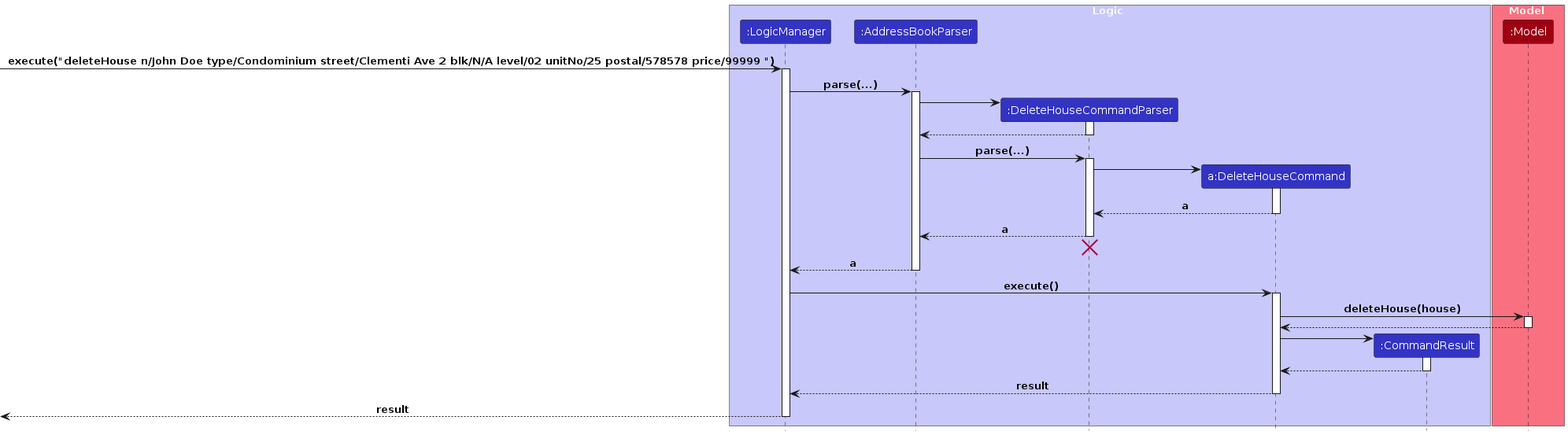
lokidoki102/tp keeps this PlantUML diagram as diagrams/DeleteHouseSequenceDiagram-Logic.png. Above is the earlier version. Its source is kept beside it as diagrams/DeleteHouseSequenceDiagram-Logic.puml.
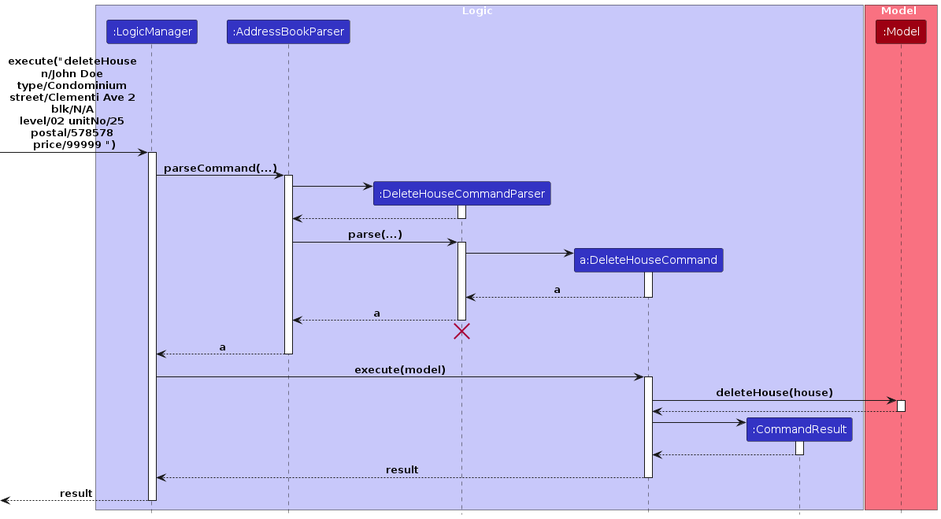
The same diagram one commit later.

What changed in the source:
```diff
@@ -13,11 +13,11 @@
 participant ":Model" as Model MODEL_COLOR
 end box
 
-[-> LogicManager : execute("deleteHouse n/John Doe type/Condominium \
-street/Clementi Ave 2 blk/N/A level/02 unitNo/25 postal/578578 price/99999 ")
+[-> LogicManager : execute("deleteHouse \nn/John Doe \ntype/Condominium \n\
+street/Clementi Ave 2 \nblk/N/A \nlevel/02 unitNo/25 \npostal/578578 \nprice/99999 ")
 activate LogicManager
 
-LogicManager -> AddressBookParser : parse(...)
+LogicManager -> AddressBookParser : parseCommand(...)
 activate AddressBookParser
 
 create DeleteHouseCommandParser
@@ -46,7 +46,7 @@
 AddressBookParser --> LogicManager : a
 deactivate AddressBookParser
 
-LogicManager -> DeleteHouseCommand : execute()
+LogicManager -> DeleteHouseCommand : execute(model)
 activate DeleteHouseCommand
 
 DeleteHouseCommand -> Model : deleteHouse(house)
```
